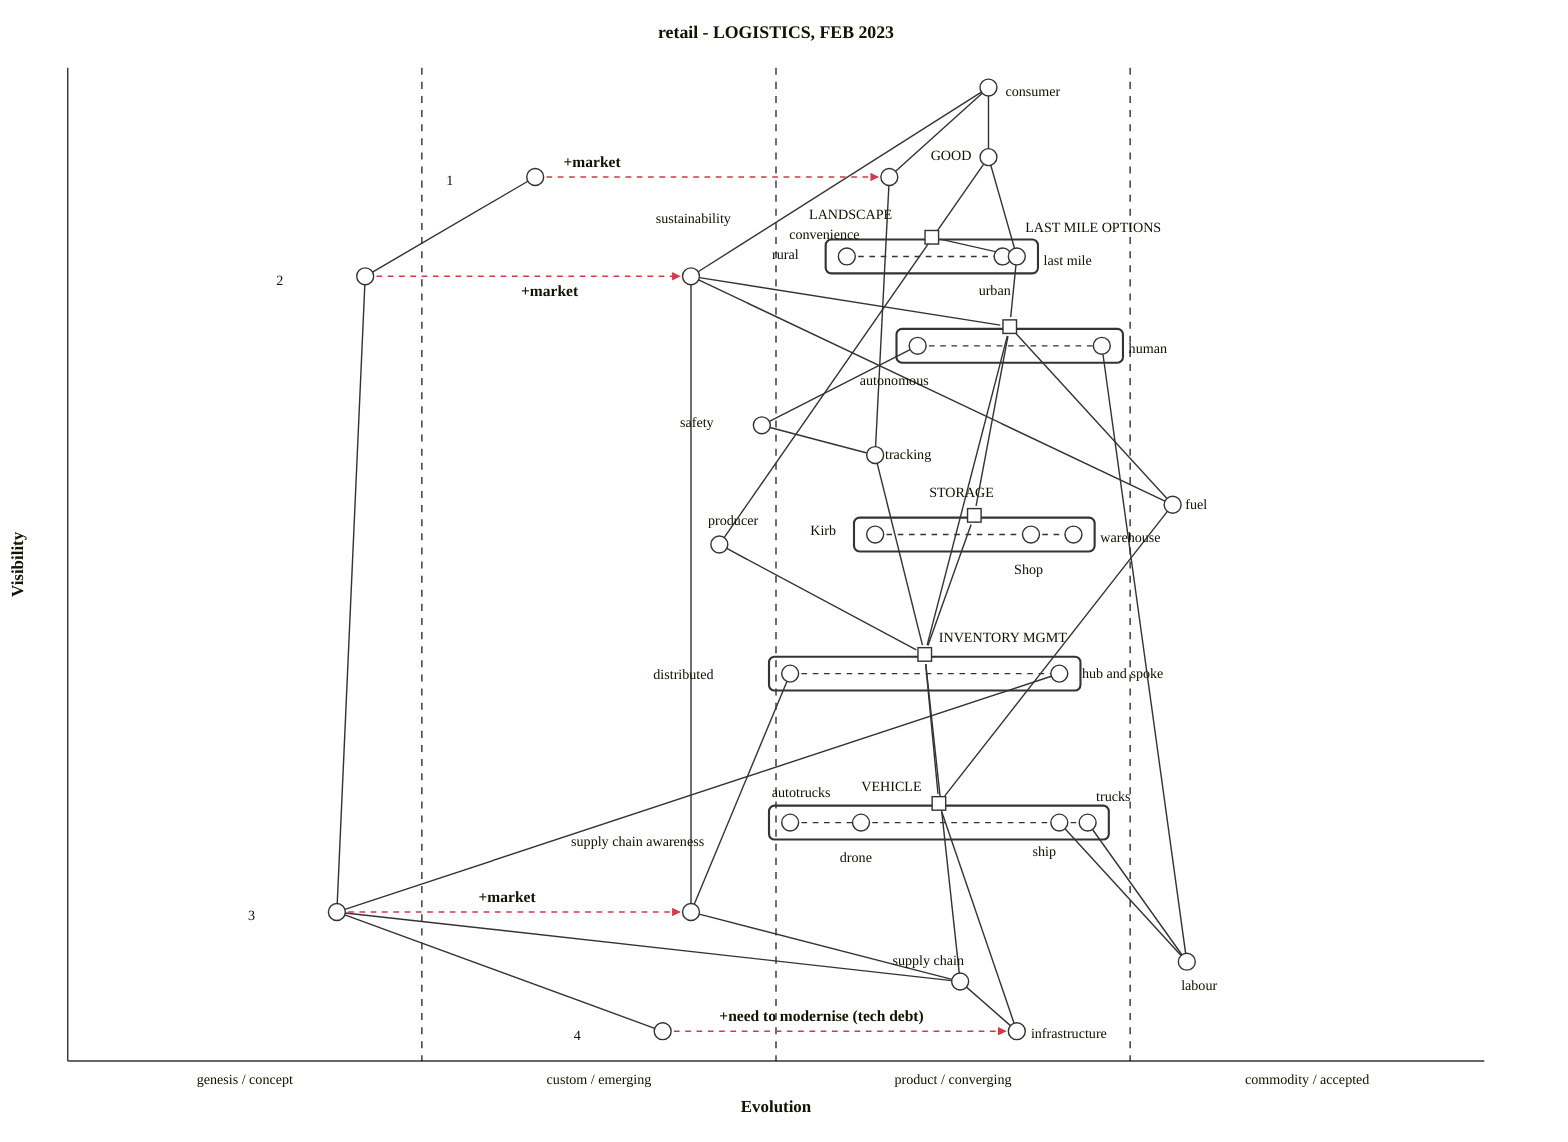
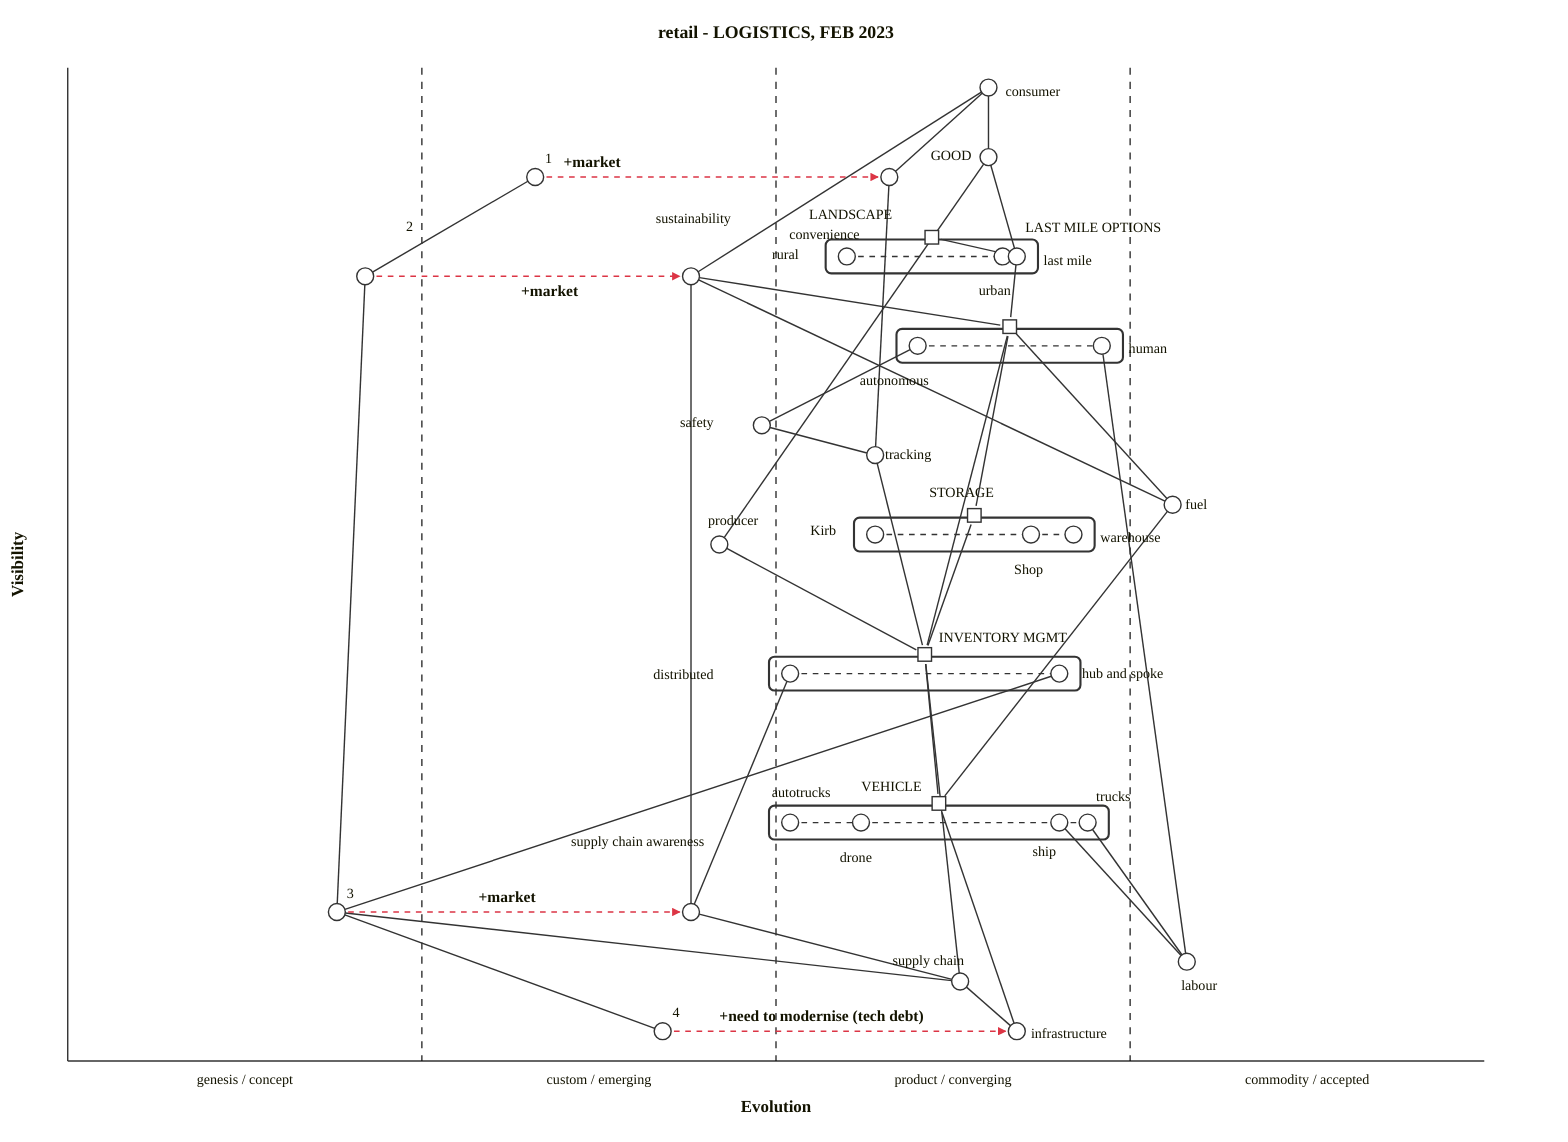
wardley-beta
title retail - LOGISTICS, FEB 2023
size [1100, 800]

evolution genesis / concept -> custom / emerging -> product/ converging -> commodity / accepted

component consumer [0.98, 0.65] label [12, 6]
component producer [0.52, 0.46] label [-8, -14]
component GOOD [0.91, 0.65] label [-41, 2]

component VEHICLE [0.24, 0.68] label [-55, -9]
pipeline VEHICLE {
  component autotrucks [0.51] label [-13, -18]
  component drone [0.56] label [-15, 28]
  component ship [0.7] label [-19, 24]
  component trucks [0.72] label [6, -15]
}

component labour [0.10, 0.79] label [-4, 20]

component sustainability [0.79, 0.44] label [-25, -38]
- component "2" [0.79, 0.21] label [-63, 6]
+ component "2" [0.79, 0.21] label [29, -32]
evolve "2" 0.44

component infrastructure [0.03, 0.67] label [10, 5]
- component "4" [0.03, 0.42] label [-63, 6]
+ component "4" [0.03, 0.42] label [7, -10]
evolve "4" 0.67
note "+need to modernise (tech debt)" [0.04, 0.46]
note "+market" [0.90, 0.35]
note "+market" [0.77, 0.32]

component INVENTORY MGMT [0.39, 0.62] label [10, -9]
pipeline INVENTORY MGMT {
  component distributed [0.51] label [-97, 4]
  component hub and spoke [0.7] label [16, 3]
}
component LAST MILE OPTIONS [0.72, 0.70] label [11, -67]
pipeline LAST MILE OPTIONS {
  component autonomous [0.6] label [-41, 28]
  component human [0.73] label [19, 5]
}
component fuel [0.56, 0.78] label [9, 3]
component safety [0.64, 0.49] label [-58, 1]
component tracking [0.61, 0.57] label [7, 3]
component LANDSCAPE [0.81, 0.62] label [-87, -13]
pipeline LANDSCAPE {
  component rural [0.55] label [-53, 2]
  component urban [0.66] label [-17, 27]
  component last mile [0.67] label [19, 6]
}

component STORAGE [0.53, 0.63] label [-32, -13]
pipeline STORAGE {
  component Kirb [0.57] label [-46, 0]
  component Shop [0.68] label [-12, 28]
  component warehouse [0.71] label [19, 5]
}
component convenience [0.89, 0.58] label [-71, 44]

component supply chain [0.08, 0.63] label [-48, -12]
component supply chain awareness [0.15, 0.44] label [-85, -47]
- component "3" [0.15, 0.19] label [-63, 6]
+ component "3" [0.15, 0.19] label [7, -10]
evolve "3" 0.44
note "+market" [0.16, 0.29]

evolve drone 0.65

- component "1" [0.89, 0.33] label [-63, 6]
+ component "1" [0.89, 0.33] label [7, -10]
evolve "1" 0.58

evolve autonomous 0.65
evolve distributed 0.6

consumer -> A to B
A to B -> producer
consumer -> behavior
A to B -> GOOD
STORAGE -> INVENTORY MGMT
STORAGE -> delivery VEHICLE
STORAGE -> security
security -> tracking
non human -> safety
LAST MILE OPTIONS -> last mile
LANDSCAPE -> last mile
delivery VEHICLE -> cost
fuel -> LAST MILE OPTIONS
LANDSCAPE -> population density
cross sell -> producer
data -> cross sell
data -> tracking
convenience -> behavior
STORAGE -> cost
tracking -> safety
value -> behavior
value -> cost
GOOD -> value
behavior -> sustainability
sustainability -> LAST MILE OPTIONS
society -> sustainability
INVENTORY MGMT -> LAST MILE OPTIONS
LAST MILE OPTIONS -> distribution topology
distribution topology -> LANDSCAPE
STORAGE -> customer experience
consumer -> customer experience
convenience -> time sensitivity
GOOD -> socioeconomic class
time sensitivity -> socioeconomic class
value -> socioeconomic class
sustainability -> socioeconomic class
socioeconomic class -> exclusion
GOOD -> exclusion
producer -> GOOD
consumer -> GOOD
convenience -> tracking
consumer -> convenience
consumer -> sustainability
GOOD -> last mile
safety -> autonomous
tracking -> INVENTORY MGMT
producer -> INVENTORY MGMT
INVENTORY MGMT -> first last delivery VEHICLE
LAST MILE OPTIONS -> STORAGE
supply chain -> awareness
sustainability -> awareness
supply chain awareness -> supply chain

sustainability -> supply chain awareness
supply chain -> "3"
"2" -> "3"
"1" -> "2"
distributed -> supply chain awareness
"3" -> hub and spoke
INVENTORY MGMT -> VEHICLE
VEHICLE -> infrastructure
infrastructure -> supply chain
"3" -> "4"
ship -> labour
labour -> trucks
labour -> human
INVENTORY MGMT -> supply chain
fuel -> VEHICLE
sustainability -> fuel

